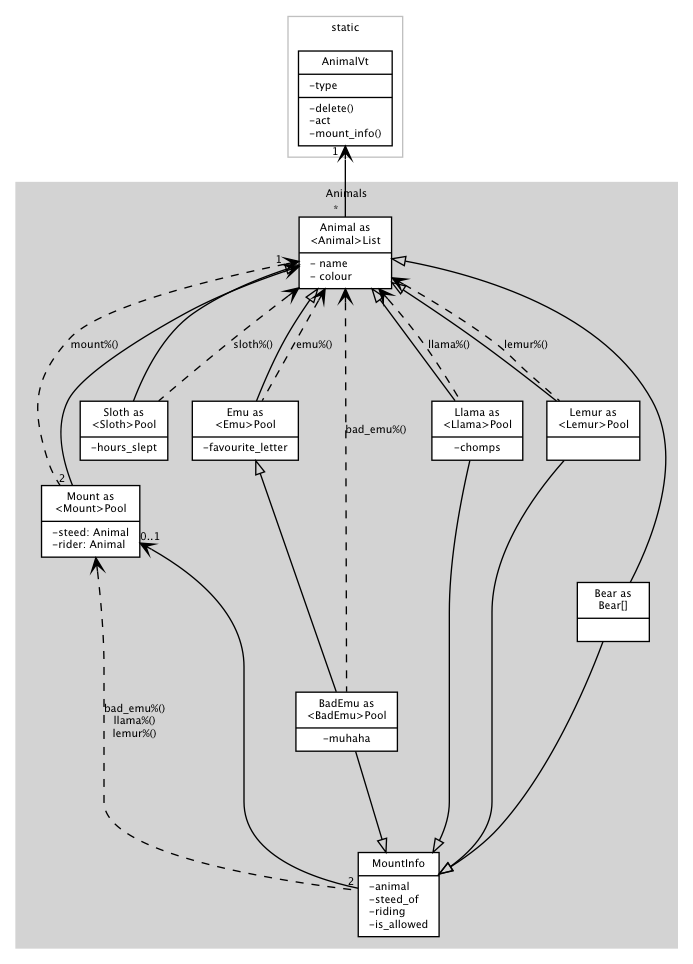
neil-edelman/boxes keeps this Graphviz diagram as doc/Animals.png. Above is the earlier version. Its source is kept beside it as Animals.gv.
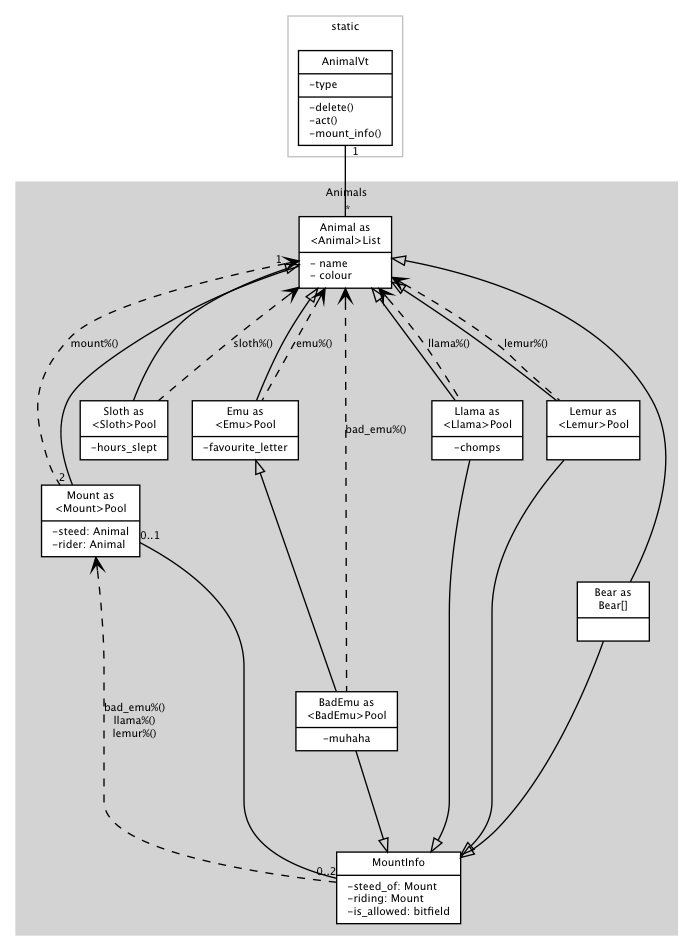
After the change.

Commit message:
Better diagram.

Diff of the diagram source:
```diff
@@ -14,7 +14,7 @@
 		label = "static";
 		color = grey;
 		fillcolor = clear;
-		AnimalVt [ label = "{AnimalVt|-type\l|-delete()\l-act\l-mount_info()\l}" ];
+		AnimalVt [ label = "{AnimalVt|-type\l|-delete()\l-act()\l-mount_info()\l}" ];
 	}
 	subgraph cluster_Animals {
 		label = "Animals";
@@ -24,7 +24,7 @@
 
 		Animal [ label = "{Animal as\n\<Animal\>List|- name\l- colour\l}" ];
 		Mount [ label = "{Mount as\n\<Mount\>Pool|-steed: Animal\l-rider: Animal\l}" ]
-		MountInfo [label="{MountInfo|-animal\l-steed_of\l-riding\l-is_allowed\l}"]
+		MountInfo [label="{MountInfo|-steed_of: Mount\l-riding: Mount\l-is_allowed: bitfield\l}"]
 		Sloth [ label = "{Sloth as\n\<Sloth\>Pool|-hours_slept}" ];
 		Emu [ label = "{Emu as\n\<Emu\>Pool|-favourite_letter}"];
 		BadEmu [label="{BadEmu as\n\<BadEmu\>Pool|-muhaha}"];
@@ -61,8 +61,9 @@
 
 		# association (pointers)
 		edge [ arrowtail = vee, dir = back, style = normal ];
+		edge [ dir = none, style = normal ];
 		AnimalVt -> Animal [ headlabel = "*  ", taillabel = "  1  " ];
-		Mount -> MountInfo [ headlabel = "2 ", taillabel = "0..1" ];
+		Mount -> MountInfo [ headlabel = "0..2", taillabel = "0..1" ];
 		Animal -> Mount [ headlabel = " 2  ", taillabel = "1     " ];
 	}
 }
```
